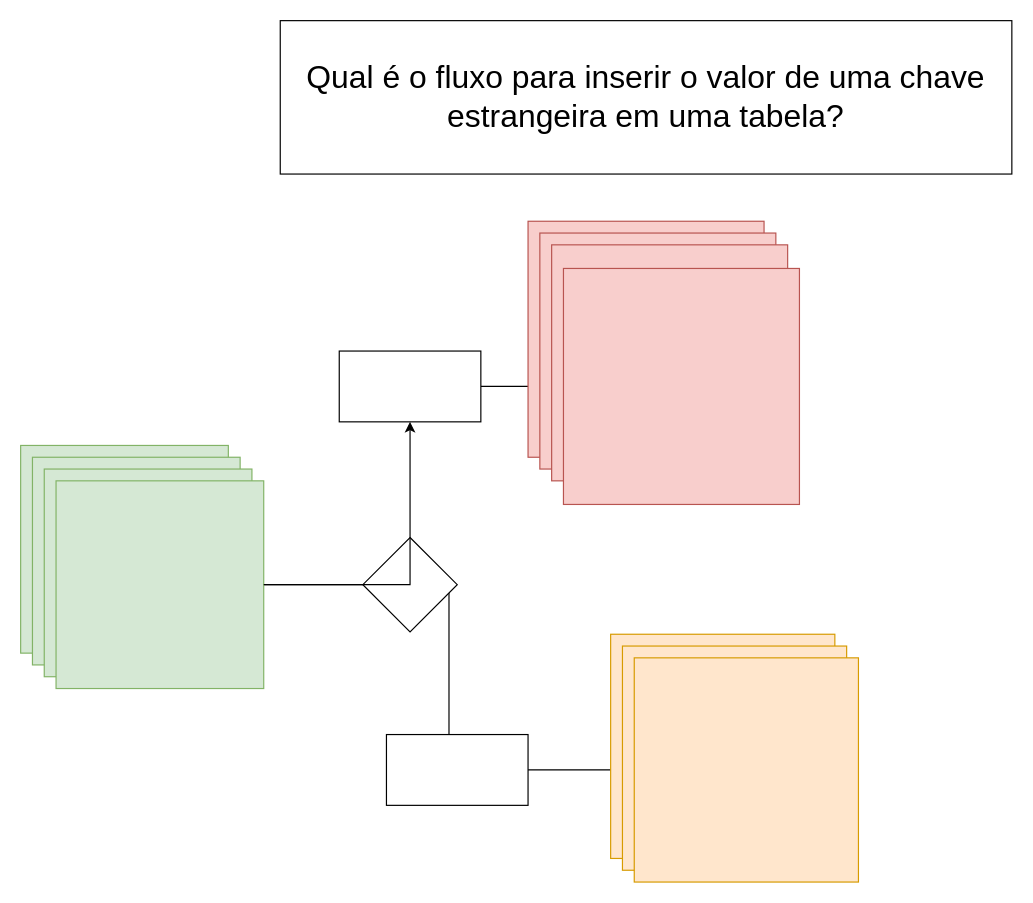
Above: PLANO DE TELA.drawio in otavio99/TCC-2020 (draw.io), before the change. Source tidied: cells renumbered, new cells numbered last; positions are measured from the earlier drawing's top-left corner, leaving out a move shared by most shapes. Both pictures are drawn from the tidied source at 118%, with x=0, y=0 at pixel (20, 20).
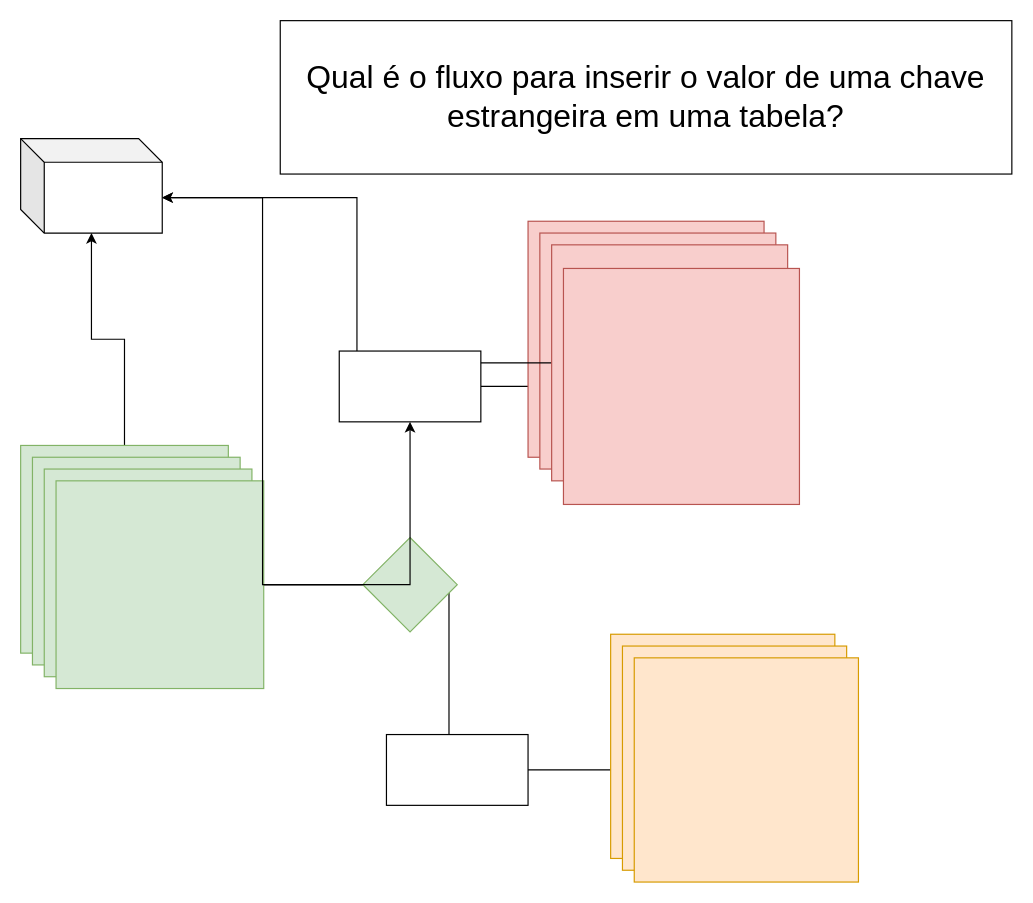
Above is the later version.

Unchanged cells that the change refers to:
```xml
<mxCell id="3" style="whiteSpace=wrap;html=1;fillColor=#d5e8d4;strokeColor=#82b366;" parent="1" vertex="1">
  <mxGeometry y="360" width="176" height="176" as="geometry" />
</mxCell>
<mxCell id="11" style="whiteSpace=wrap;html=1;fillColor=#f8cecc;strokeColor=#b85450;" parent="1" vertex="1">
  <mxGeometry x="450" y="190" width="200" height="200" as="geometry" />
</mxCell>
```

Change to the diagram source:
```diff
@@
+    <mxCell id="20" style="edgeStyle=orthogonalEdgeStyle;rounded=0;jettySize=auto;html=1;" parent="1" edge="1" source="3" target="23">
+      <mxGeometry relative="1" as="geometry" />
+    </mxCell>
@@
+    <mxCell id="21" style="edgeStyle=orthogonalEdgeStyle;rounded=0;jettySize=auto;html=1;entryX=0;entryY=0;entryDx=120;entryDy=50;entryPerimeter=0;" parent="1" edge="1" source="11" target="23">
+      <mxGeometry relative="1" as="geometry" />
+    </mxCell>
@@
+    <mxCell id="22" style="edgeStyle=orthogonalEdgeStyle;rounded=0;jettySize=auto;html=1;entryX=0;entryY=0;entryDx=120;entryDy=50;entryPerimeter=0;" parent="1" edge="1" source="16" target="23">
+      <mxGeometry relative="1" as="geometry" />
+    </mxCell>
-    <mxCell id="16" style="rhombus;whiteSpace=wrap;html=1;" parent="1" vertex="1">
+    <mxCell id="16" style="rhombus;whiteSpace=wrap;html=1;fillColor=#d5e8d4;strokeColor=#82b366;" parent="1" vertex="1">
       <mxGeometry x="290" y="438" width="80" height="80" as="geometry" />
     </mxCell>
@@
+    <mxCell id="23" style="shape=cube;whiteSpace=wrap;html=1;boundedLbl=1;backgroundOutline=1;darkOpacity=0.05;darkOpacity2=0.1;" parent="1" vertex="1">
+      <mxGeometry y="100" width="120" height="80" as="geometry" />
+    </mxCell>
```
